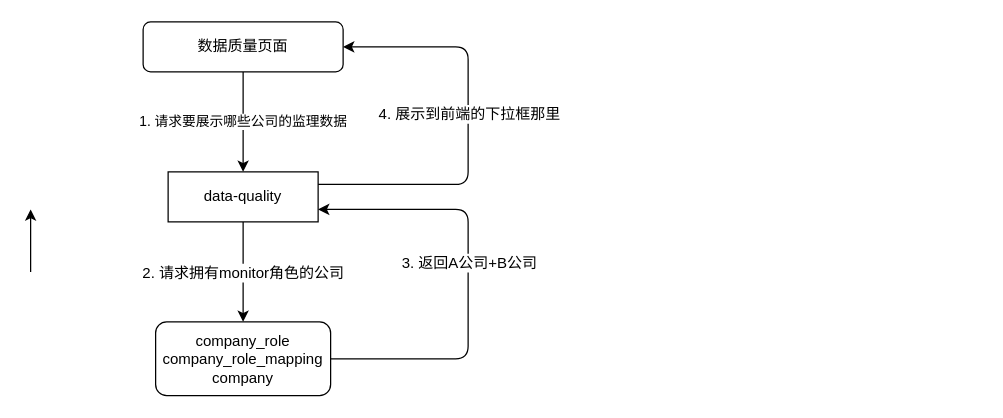
Above: company-role_data-quality.drawio in danielsunzhongyuan/drawio (draw.io), before the change. Source tidied: cells renumbered, new cells numbered last; positions are measured from the earlier drawing's top-left corner, leaving out a move shared by most shapes. Both pictures are drawn from the tidied source at 125%, with x=0, y=0 at pixel (30, 21).
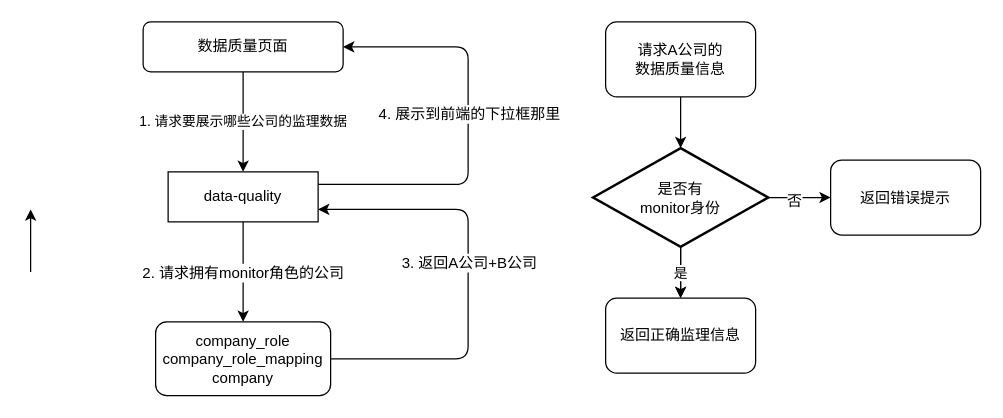
The same diagram, later.

Change to the diagram source:
```diff
@@
-    <mxCell id="8" style="endArrow=classic;html=1;" parent="1" edge="1">
-      <mxGeometry relative="1" as="geometry">
-        <mxPoint y="200" as="sourcePoint" />
-        <mxPoint y="150" as="targetPoint" />
-      </mxGeometry>
-    </mxCell>
+    <mxCell id="13" style="endArrow=classic;html=1;" parent="1" edge="1">
+      <mxGeometry relative="1" as="geometry">
+        <mxPoint y="200" as="sourcePoint" />
+        <mxPoint y="150" as="targetPoint" />
+      </mxGeometry>
+    </mxCell>
@@
+    <mxCell id="14" style="edgeStyle=orthogonalEdgeStyle;rounded=0;jettySize=auto;html=1;entryX=0.5;entryY=0;entryDx=0;entryDy=0;entryPerimeter=0;" parent="1" edge="1" source="15" target="20">
+      <mxGeometry relative="1" as="geometry" />
+    </mxCell>
+    <mxCell id="15" value="请求A公司的&lt;br&gt;数据质量信息" style="rounded=1;whiteSpace=wrap;html=1;" parent="1" vertex="1">
+      <mxGeometry x="460" width="120" height="60" as="geometry" />
+    </mxCell>
+    <mxCell id="16" style="edgeStyle=orthogonalEdgeStyle;rounded=0;jettySize=auto;html=1;entryX=0;entryY=0.5;entryDx=0;entryDy=0;" parent="1" edge="1" source="20" target="21">
+      <mxGeometry relative="1" as="geometry" />
+    </mxCell>
+    <mxCell id="17" value="否" style="text;html=1;align=center;verticalAlign=middle;labelBackgroundColor=#ffffff;" parent="16" vertex="1">
+      <mxGeometry y="-6" relative="1" as="geometry">
+        <mxPoint x="-5" y="-3" as="offset" />
+      </mxGeometry>
+    </mxCell>
+    <mxCell id="18" style="edgeStyle=orthogonalEdgeStyle;rounded=0;jettySize=auto;html=1;" parent="1" edge="1" source="20" target="22">
+      <mxGeometry relative="1" as="geometry" />
+    </mxCell>
+    <mxCell id="19" value="是" style="edgeStyle=orthogonalEdgeStyle;rounded=0;jettySize=auto;html=1;" parent="1" edge="1" source="20" target="22">
+      <mxGeometry relative="1" as="geometry" />
+    </mxCell>
+    <mxCell id="20" value="是否有&lt;br&gt;monitor身份" style="strokeWidth=2;html=1;shape=mxgraph.flowchart.decision;whiteSpace=wrap;" parent="1" vertex="1">
+      <mxGeometry x="450" y="101" width="140" height="79" as="geometry" />
+    </mxCell>
+    <mxCell id="21" value="返回错误提示" style="rounded=1;whiteSpace=wrap;html=1;" parent="1" vertex="1">
+      <mxGeometry x="640" y="110.5" width="120" height="60" as="geometry" />
+    </mxCell>
+    <mxCell id="22" value="返回正确监理信息" style="rounded=1;whiteSpace=wrap;html=1;" parent="1" vertex="1">
+      <mxGeometry x="460" y="221" width="120" height="60" as="geometry" />
+    </mxCell>
```
